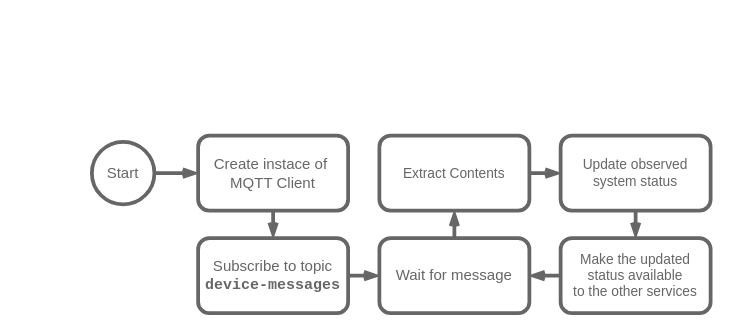
Before: 3. Proyecto/metamodel/LookerProcess.drawio in MrDahaniel/StarDuck, a draw.io diagram. Source tidied: cells renumbered, new cells numbered last; positions are measured from the earlier drawing's top-left corner, leaving out a move shared by most shapes. Both pictures are drawn from the tidied source at 125%, with x=0, y=0 at pixel (91, 135).
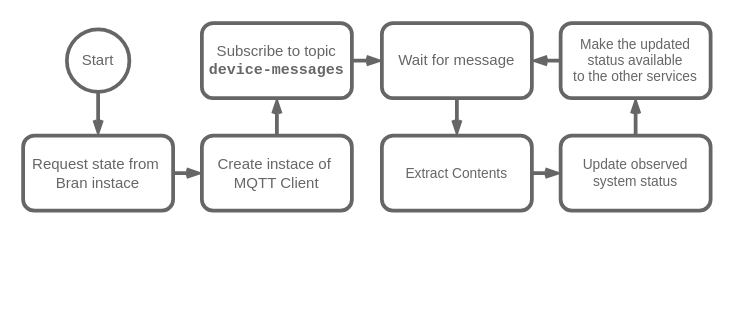
The same page after the edit.

Commit message (it also covers changes not shown here):
Updated things, added new diagram

What changed in the source:
```diff
@@
 <mxGraphModel>
   <root>
     <mxCell id="0" />
     <mxCell id="1" parent="0" />
-    <mxCell id="2" style="edgeStyle=orthogonalEdgeStyle;shape=connector;curved=0;rounded=1;jettySize=auto;html=1;labelBackgroundColor=default;strokeColor=#666666;strokeWidth=3;align=center;verticalAlign=middle;fontFamily=Helvetica;fontSize=11;fontColor=#666666;endArrow=openThin;endFill=0;fillColor=#FAE5C7;" parent="1" edge="1" source="3" target="5">
-      <mxGeometry relative="1" as="geometry" />
+    <mxCell id="2" style="edgeStyle=orthogonalEdgeStyle;shape=connector;curved=0;rounded=1;jettySize=auto;html=1;labelBackgroundColor=default;strokeColor=#666666;strokeWidth=3;align=center;verticalAlign=middle;fontFamily=Helvetica;fontSize=11;fontColor=#666666;endArrow=openThin;endFill=0;fillColor=#FAE5C7;" parent="1" edge="1" source="17" target="5">
+      <mxGeometry relative="1" as="geometry">
+        <Array as="points">
+          <mxPoint x="75" y="30" />
+          <mxPoint x="75" y="30" />
+        </Array>
+      </mxGeometry>
     </mxCell>
-    <mxCell id="3" value="Start" style="ellipse;whiteSpace=wrap;html=1;strokeColor=#666666;fontColor=#666666;fillColor=#FFFFFF;strokeWidth=3;" parent="1" vertex="1">
-      <mxGeometry y="5" width="50" height="50" as="geometry" />
-    </mxCell>
     <mxCell id="4" style="edgeStyle=orthogonalEdgeStyle;shape=connector;curved=0;rounded=1;jettySize=auto;html=1;labelBackgroundColor=default;strokeColor=#666666;strokeWidth=3;align=center;verticalAlign=middle;fontFamily=Helvetica;fontSize=11;fontColor=#666666;endArrow=openThin;endFill=0;fillColor=#FAE5C7;" parent="1" edge="1" source="5" target="7">
       <mxGeometry relative="1" as="geometry" />
     </mxCell>
     <mxCell id="5" value="Create instace of&amp;nbsp;&lt;br&gt;MQTT Client" style="rounded=1;whiteSpace=wrap;html=1;strokeColor=#666666;fontColor=#666666;fillColor=#FFFFFF;strokeWidth=3;" parent="1" vertex="1">
-      <mxGeometry x="85" width="120" height="60" as="geometry" />
+      <mxGeometry x="88" width="120" height="60" as="geometry" />
     </mxCell>
     <mxCell id="6" style="edgeStyle=orthogonalEdgeStyle;shape=connector;curved=0;rounded=1;jettySize=auto;html=1;labelBackgroundColor=default;strokeColor=#666666;strokeWidth=3;align=center;verticalAlign=middle;fontFamily=Helvetica;fontSize=11;fontColor=#666666;endArrow=openThin;endFill=0;fillColor=#FAE5C7;" parent="1" edge="1" source="7" target="15">
       <mxGeometry relative="1" as="geometry" />
     </mxCell>
     <mxCell id="7" value="Subscribe to topic&lt;br&gt;&lt;font face=&quot;Courier New&quot;&gt;&lt;b&gt;device-messages&lt;/b&gt;&lt;/font&gt;" style="rounded=1;whiteSpace=wrap;html=1;strokeColor=#666666;fontColor=#666666;fillColor=#FFFFFF;strokeWidth=3;" parent="1" vertex="1">
-      <mxGeometry x="85" y="82" width="120" height="60" as="geometry" />
+      <mxGeometry x="88" y="-90" width="120" height="60" as="geometry" />
     </mxCell>
     <mxCell id="8" style="edgeStyle=orthogonalEdgeStyle;shape=connector;curved=0;rounded=1;jettySize=auto;html=1;labelBackgroundColor=default;strokeColor=#666666;strokeWidth=3;align=center;verticalAlign=middle;fontFamily=Helvetica;fontSize=11;fontColor=#666666;endArrow=openThin;endFill=0;fillColor=#FAE5C7;" parent="1" edge="1" source="9" target="11">
       <mxGeometry relative="1" as="geometry" />
     </mxCell>
     <mxCell id="9" value="Extract Contents" style="rounded=1;whiteSpace=wrap;html=1;strokeColor=#666666;strokeWidth=3;align=center;verticalAlign=middle;fontFamily=Helvetica;fontSize=11;fontColor=#666666;fillColor=#FFFFFF;" parent="1" vertex="1">
-      <mxGeometry x="230" width="120" height="60" as="geometry" />
+      <mxGeometry x="232" width="120" height="60" as="geometry" />
     </mxCell>
     <mxCell id="10" style="edgeStyle=orthogonalEdgeStyle;shape=connector;curved=0;rounded=1;jettySize=auto;html=1;labelBackgroundColor=default;strokeColor=#666666;strokeWidth=3;align=center;verticalAlign=middle;fontFamily=Helvetica;fontSize=11;fontColor=#666666;endArrow=openThin;endFill=0;fillColor=#FAE5C7;" parent="1" edge="1" source="11" target="13">
       <mxGeometry relative="1" as="geometry" />
     </mxCell>
     <mxCell id="11" value="Update observed&lt;br&gt;system status" style="rounded=1;whiteSpace=wrap;html=1;strokeColor=#666666;strokeWidth=3;align=center;verticalAlign=middle;fontFamily=Helvetica;fontSize=11;fontColor=#666666;fillColor=#FFFFFF;" parent="1" vertex="1">
       <mxGeometry x="375" width="120" height="60" as="geometry" />
     </mxCell>
     <mxCell id="12" style="edgeStyle=orthogonalEdgeStyle;shape=connector;curved=0;rounded=1;jettySize=auto;html=1;labelBackgroundColor=default;strokeColor=#666666;strokeWidth=3;fontFamily=Helvetica;fontSize=12;fontColor=#666666;startArrow=none;startFill=0;endArrow=openThin;endFill=0;" parent="1" edge="1" source="13" target="15">
       <mxGeometry relative="1" as="geometry" />
     </mxCell>
     <mxCell id="13" value="Make the updated status available&lt;br&gt;to the other services" style="rounded=1;whiteSpace=wrap;html=1;strokeColor=#666666;strokeWidth=3;align=center;verticalAlign=middle;fontFamily=Helvetica;fontSize=11;fontColor=#666666;fillColor=#FFFFFF;" parent="1" vertex="1">
-      <mxGeometry x="375" y="82" width="120" height="60" as="geometry" />
+      <mxGeometry x="375" y="-90" width="120" height="60" as="geometry" />
     </mxCell>
     <mxCell id="14" style="edgeStyle=orthogonalEdgeStyle;shape=connector;curved=0;rounded=1;jettySize=auto;html=1;labelBackgroundColor=default;strokeColor=#666666;strokeWidth=3;fontFamily=Helvetica;fontSize=12;fontColor=#666666;startArrow=none;startFill=0;endArrow=openThin;endFill=0;" parent="1" edge="1" source="15" target="9">
       <mxGeometry relative="1" as="geometry" />
     </mxCell>
     <mxCell id="15" value="&lt;font style=&quot;&quot; face=&quot;Helvetica&quot;&gt;Wait for message&lt;/font&gt;" style="rounded=1;whiteSpace=wrap;html=1;strokeColor=#666666;fontColor=#666666;fillColor=#FFFFFF;strokeWidth=3;" parent="1" vertex="1">
-      <mxGeometry x="230" y="82" width="120" height="60" as="geometry" />
+      <mxGeometry x="232" y="-90" width="120" height="60" as="geometry" />
     </mxCell>
+    <mxCell id="16" style="edgeStyle=orthogonalEdgeStyle;shape=connector;curved=0;rounded=1;jettySize=auto;html=1;labelBackgroundColor=default;strokeColor=#666666;strokeWidth=3;align=center;verticalAlign=middle;fontFamily=Helvetica;fontSize=11;fontColor=#666666;endArrow=openThin;endFill=0;fillColor=#FAE5C7;" parent="1" edge="1" source="3" target="17">
+      <mxGeometry relative="1" as="geometry" />
+    </mxCell>
+    <mxCell id="3" value="Start" style="ellipse;whiteSpace=wrap;html=1;strokeColor=#666666;fontColor=#666666;fillColor=#FFFFFF;strokeWidth=3;" parent="1" vertex="1">
+      <mxGeometry x="-20" y="-85" width="50" height="50" as="geometry" />
+    </mxCell>
+    <mxCell id="17" value="Request state from&amp;nbsp;&lt;br&gt;Bran instace" style="rounded=1;whiteSpace=wrap;html=1;strokeColor=#666666;fontColor=#666666;fillColor=#FFFFFF;strokeWidth=3;" parent="1" vertex="1">
+      <mxGeometry x="-55" width="120" height="60" as="geometry" />
+    </mxCell>
   </root>
 </mxGraphModel>
```
